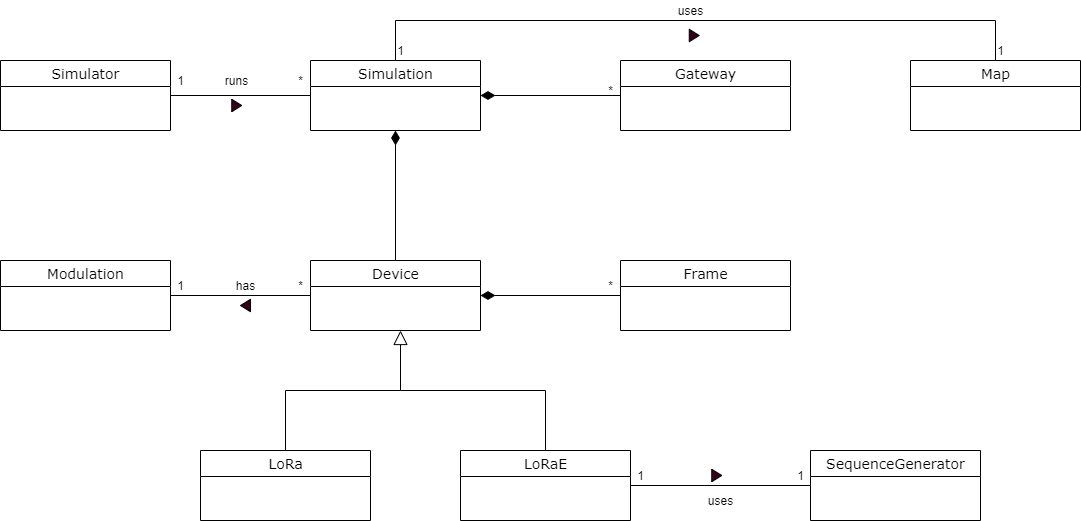
Earlier version of the draw.io export images/ClassDiagram.png (wine-uoc/lora_simulator). Source tidied: cells renumbered, new cells last; positions are measured from the earlier drawing's top-left corner, leaving out a move shared by most shapes.
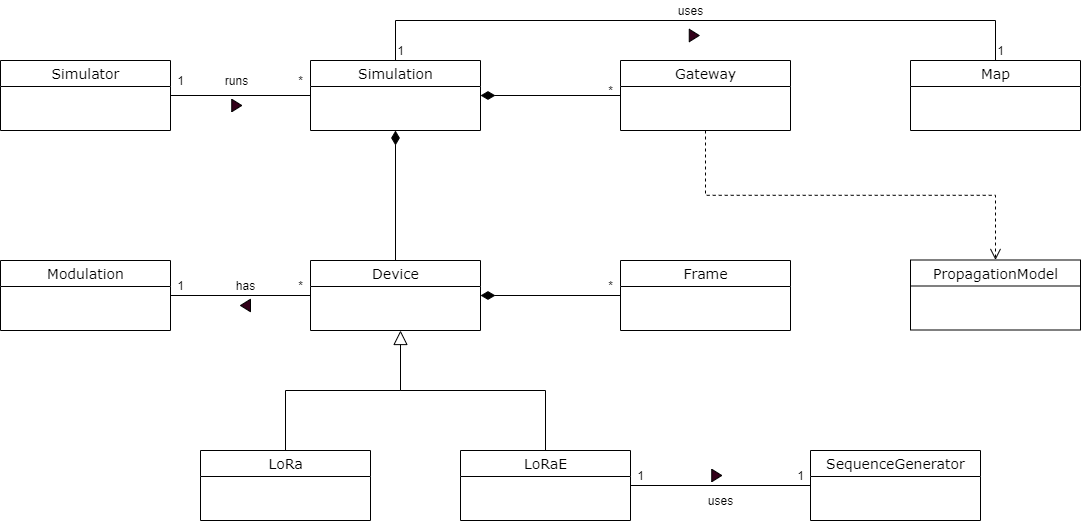
Above is the later version.

What changed in the source:
```diff
@@ -22,6 +22,9 @@
     <mxCell id="6" style="edgeStyle=orthogonalEdgeStyle;rounded=0;jettySize=auto;html=1;entryX=1;entryY=0.5;entryDx=0;entryDy=0;endArrow=diamondThin;endFill=1;endSize=12;" parent="1" edge="1" source="7" target="5">
       <mxGeometry relative="1" as="geometry" />
     </mxCell>
+    <mxCell id="39" style="edgeStyle=orthogonalEdgeStyle;rounded=0;jettySize=auto;html=1;exitX=0.5;exitY=1;exitDx=0;exitDy=0;entryX=0.5;entryY=0;entryDx=0;entryDy=0;dashed=1;endArrow=open;endFill=0;strokeWidth=1;endSize=9;" parent="1" edge="1" source="7" target="40">
+      <mxGeometry relative="1" as="geometry" />
+    </mxCell>
     <mxCell id="7" value="&lt;font style=&quot;font-size: 14px&quot;&gt;Gateway&lt;/font&gt;" style="swimlane;html=1;fontStyle=0;horizontal=1;startSize=26;fillColor=none;swimlaneFillColor=#ffffff;rounded=0;shadow=0;comic=0;labelBackgroundColor=none;strokeWidth=1;fontFamily=Verdana;fontSize=10;align=center;" parent="1" vertex="1">
       <mxGeometry x="620" y="60" width="170" height="70" as="geometry" />
     </mxCell>
@@ -130,5 +133,8 @@
     <mxCell id="38" value="1" style="text;html=1;align=center;verticalAlign=middle;strokeColor=none;fillColor=none;" parent="1" vertex="1">
       <mxGeometry x="170" y="70" width="20" height="20" as="geometry" />
     </mxCell>
+    <mxCell id="40" value="&lt;span style=&quot;font-size: 14px&quot;&gt;PropagationModel&lt;/span&gt;" style="swimlane;html=1;fontStyle=0;horizontal=1;startSize=26;fillColor=none;swimlaneFillColor=#ffffff;rounded=0;shadow=0;comic=0;labelBackgroundColor=none;strokeWidth=1;fontFamily=Verdana;fontSize=10;align=center;" parent="1" vertex="1">
+      <mxGeometry x="910" y="259.5" width="170" height="70" as="geometry" />
+    </mxCell>
   </root>
 </mxGraphModel>
```
